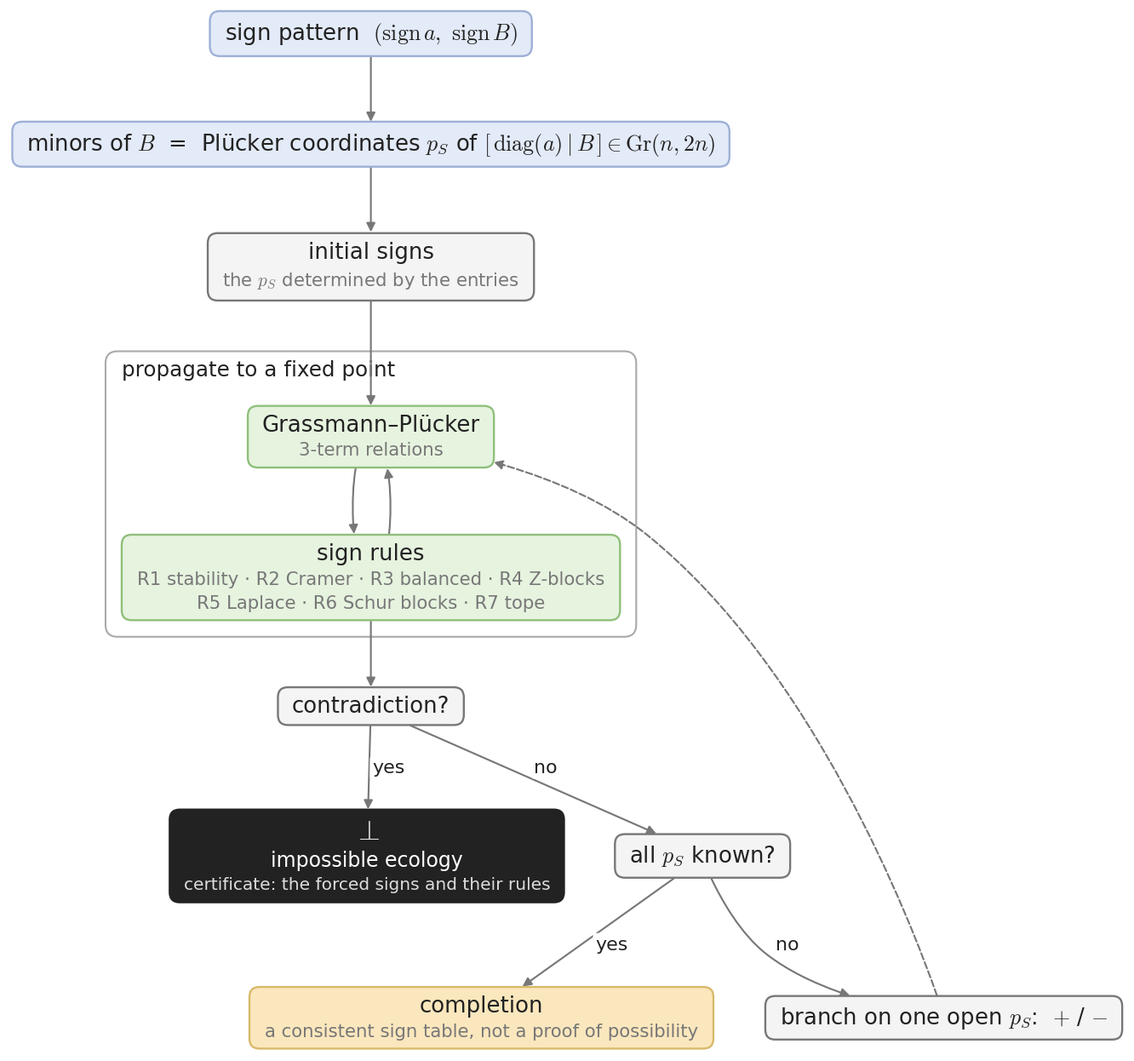
Before: docs/figures/algorithm.png, a diagram exported from Graphviz (gescholt/signrules). Its source is kept beside it as docs/figures/algorithm.dot. Source of this version:
```dot
digraph G {
  graph [rankdir=TB, nodesep=0.35, ranksep=0.45, fontname="Helvetica", fontsize=11, dpi=72, compound=true];
  node [fontname="Helvetica", fontsize=11, style="rounded,filled"];
  edge [arrowsize=0.6];
  subgraph "cluster_fix" {
    style="rounded"; color="#aaaaaa"; margin=8.0; label="propagate to a fixed point"; fontsize=10.45; labeljust=l;
    "gp" [label="Grassmann–Plücker\n3-term relations", shape=box, fillcolor="#e6f3df", color="#8fbf7a"];
    "rules" [label="sign rules\nR1 stability · R2 Cramer · R3 balanced · R4 Z-blocks\nR5 Laplace · R6 Schur blocks · R7 tope", shape=box, fillcolor="#e6f3df", color="#8fbf7a"];
  }
  "input" [label="sign pattern  (sign a, sign B)", shape=box, fillcolor="#e3eaf8", color="#9db0d6"];
  "dict" [label="minors of B  =  Plücker coordinates p_S of [ diag(a) \mid B ] \in Gr(n, 2n)", shape=box, fillcolor="#e3eaf8", color="#9db0d6"];
  "init" [label="initial signs\nthe p_S determined by the entries", shape=box, fillcolor="#f4f4f4", color="#777777"];
  "conflict" [label="contradiction?", shape=box, fillcolor="#f4f4f4", color="#777777"];
  "bottom" [label="⊥\nimpossible ecology\ncertificate: the forced signs and their rules", shape=box, fillcolor="#222222", color="#222222"];
  "done" [label="all p_S known?", shape=box, fillcolor="#f4f4f4", color="#777777"];
  "completion" [label="completion\na consistent sign table, not a proof of possibility", shape=box, fillcolor="#fbe7bd", color="#d8b96a"];
  "branch" [label="branch on one open p_S:  + / -", shape=box, fillcolor="#f4f4f4", color="#777777"];
  "input" -> "dict" [color="#777777"];
  "dict" -> "init" [color="#777777"];
  "init" -> "gp" [color="#777777"];
  "gp" -> "rules" [color="#777777"];
  "rules" -> "gp" [constraint=false, color="#777777"];
  "rules" -> "conflict" [color="#777777"];
  "conflict" -> "bottom" [label="yes", fontsize=9.35, color="#777777"];
  "conflict" -> "done" [label="no", fontsize=9.35, color="#777777"];
  "done" -> "completion" [label="yes", fontsize=9.35, color="#777777"];
  "done" -> "branch" [label="no", fontsize=9.35, color="#777777"];
  "branch" -> "gp" [constraint=false, color="#777777"];
}
```
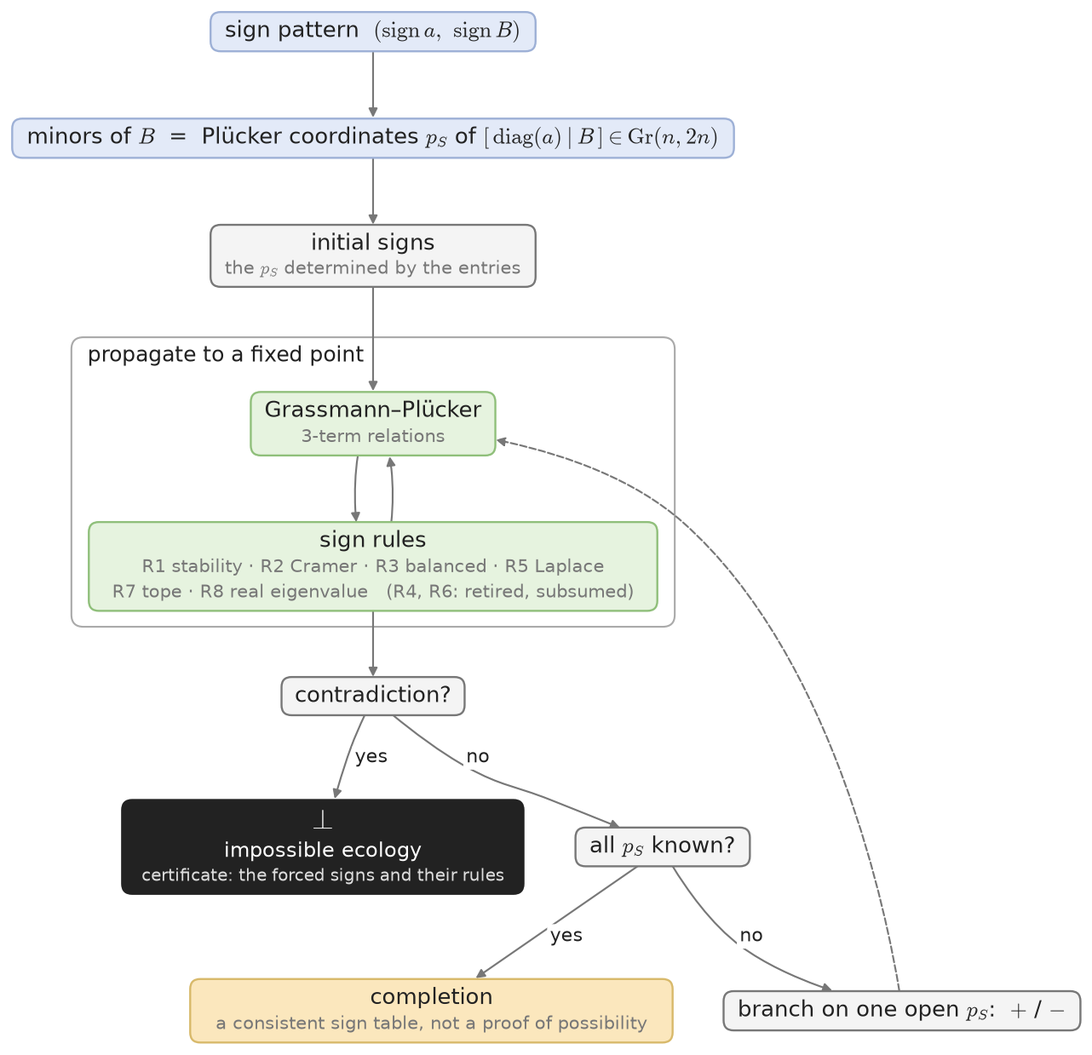
Later version of the same file.

Diff of the diagram source:
```diff
@@ -5,7 +5,7 @@
   subgraph "cluster_fix" {
     style="rounded"; color="#aaaaaa"; margin=8.0; label="propagate to a fixed point"; fontsize=10.45; labeljust=l;
     "gp" [label="Grassmann–Plücker\n3-term relations", shape=box, fillcolor="#e6f3df", color="#8fbf7a"];
-    "rules" [label="sign rules\nR1 stability · R2 Cramer · R3 balanced · R4 Z-blocks\nR5 Laplace · R6 Schur blocks · R7 tope", shape=box, fillcolor="#e6f3df", color="#8fbf7a"];
+    "rules" [label="sign rules\nR1 stability · R2 Cramer · R3 balanced · R5 Laplace\nR7 tope · R8 real eigenvalue   (R4, R6: retired, subsumed)", shape=box, fillcolor="#e6f3df", color="#8fbf7a"];
   }
   "input" [label="sign pattern  (sign a, sign B)", shape=box, fillcolor="#e3eaf8", color="#9db0d6"];
   "dict" [label="minors of B  =  Plücker coordinates p_S of [ diag(a) \mid B ] \in Gr(n, 2n)", shape=box, fillcolor="#e3eaf8", color="#9db0d6"];
```
